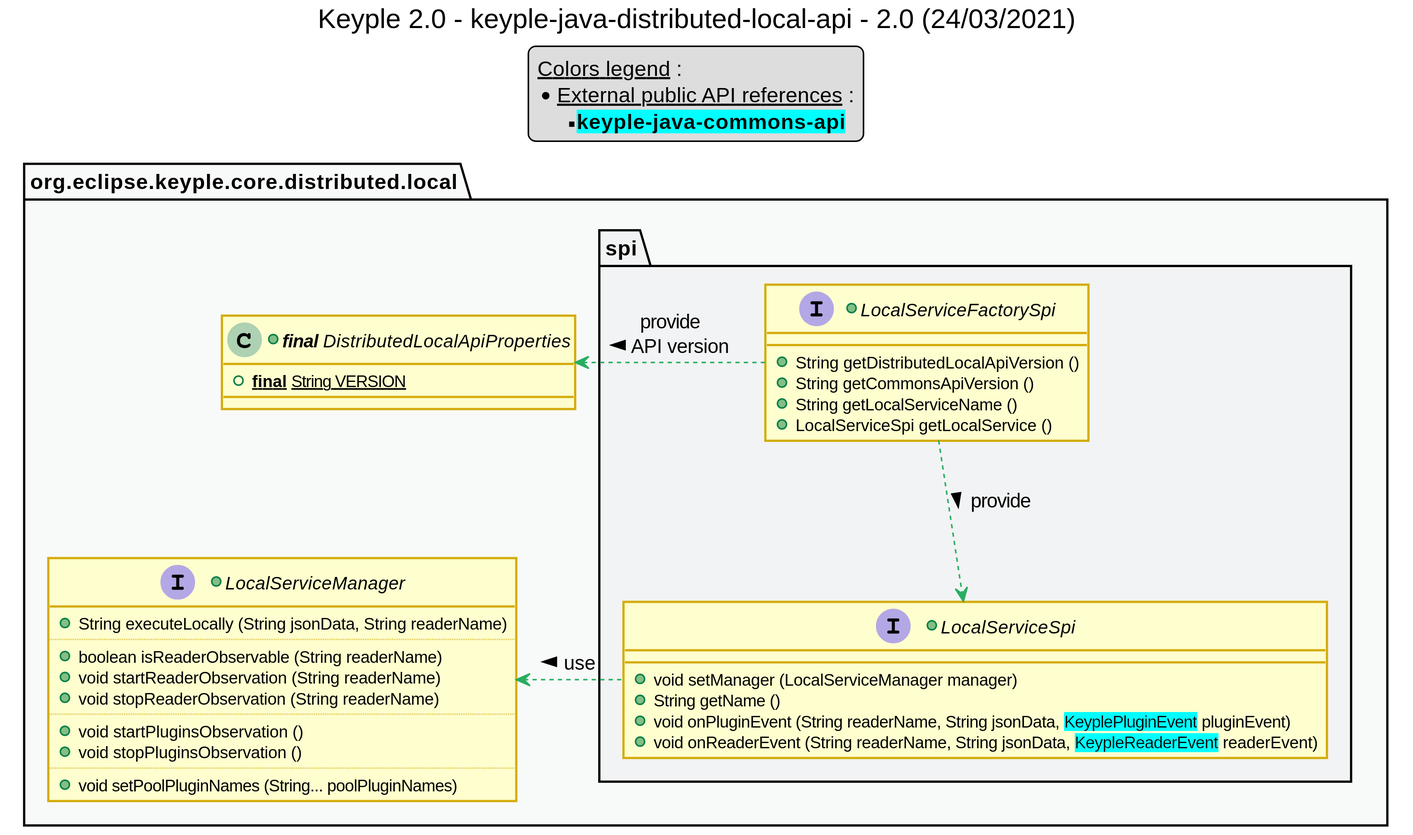
Earlier version of the PlantUML export uml/class/private-api/keyple_2_0_class_distributed_local_api.svg (calypsonet/keyple_2_0).
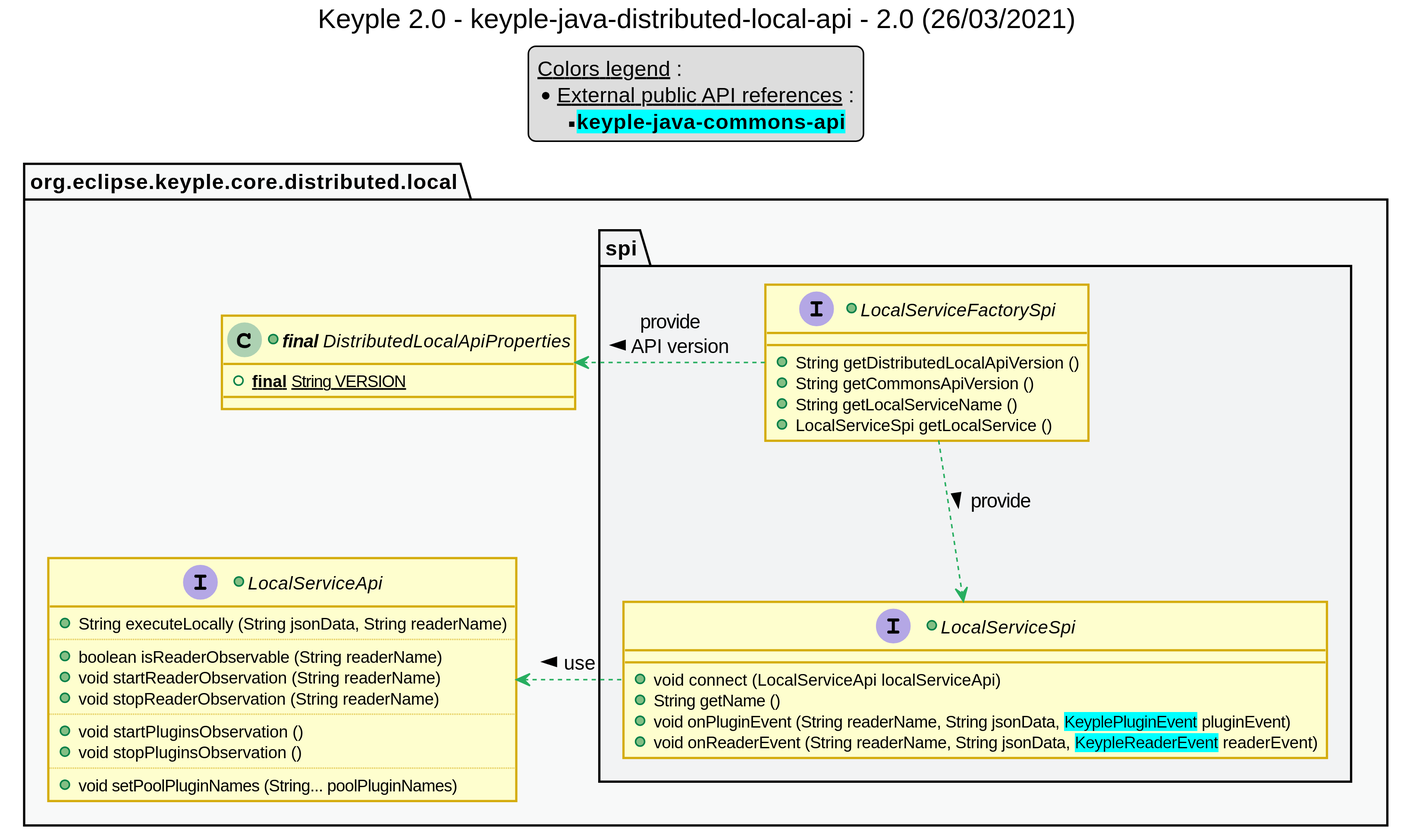
The same file after the commit.

The edit, as a diff of the source:
```diff
@@ -1,6 +1,6 @@
 @startuml
 title
-    Keyple 2.0 - keyple-java-distributed-local-api - 2.0 (24/03/2021)
+    Keyple 2.0 - keyple-java-distributed-local-api - 2.0 (26/03/2021)
 end title
 
 
@@ -47,7 +47,7 @@
     +class "**final** DistributedLocalApiProperties" as ApiProperties {
         +{static} **final** String VERSION
     }
-    +interface LocalServiceManager {
+    +interface LocalServiceApi {
         +String executeLocally (String jsonData, String readerName)
         ..
         +boolean isReaderObservable (String readerName)
@@ -67,7 +67,7 @@
             +LocalServiceSpi getLocalService ()
         }
         +interface LocalServiceSpi {
-            +void setManager (LocalServiceManager manager)
+            +void connect (LocalServiceApi localServiceApi)
             +String getName ()
             +void onPluginEvent (String readerName, String jsonData, <back:cyan>KeyplePluginEvent</back> pluginEvent)
             +void onReaderEvent (String readerName, String jsonData, <back:cyan>KeypleReaderEvent</back> readerEvent)
@@ -79,7 +79,7 @@
 LocalServiceFactorySpi .left.> ApiProperties #C_USE : provide\nAPI version <
 LocalServiceFactorySpi ..> LocalServiceSpi #C_USE : provide >
 
-LocalServiceSpi .left.> LocalServiceManager #C_USE : use >
+LocalServiceSpi .left.> LocalServiceApi #C_USE : use >
 
 
 
```
